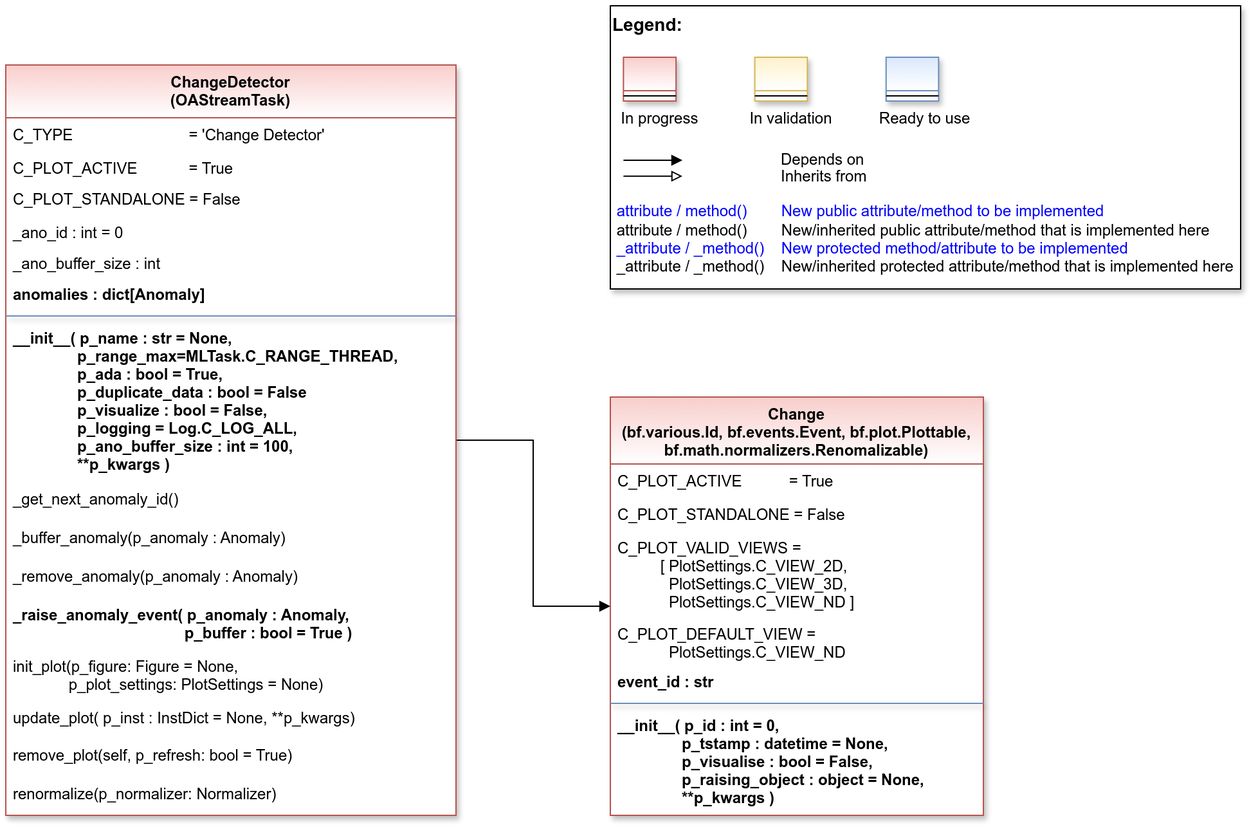
Earlier version of the draw.io export doc/rtd/content/99_appendices/appendix2/sub/mlpro_oa/streams/30_change_detection/images/MLPro-OA-Change-Detectors_class_diagram.drawio.png (fhswf/MLPro). Source tidied: cells renumbered, new cells last; positions are measured from the earlier drawing's top-left corner, leaving out a move shared by most shapes.
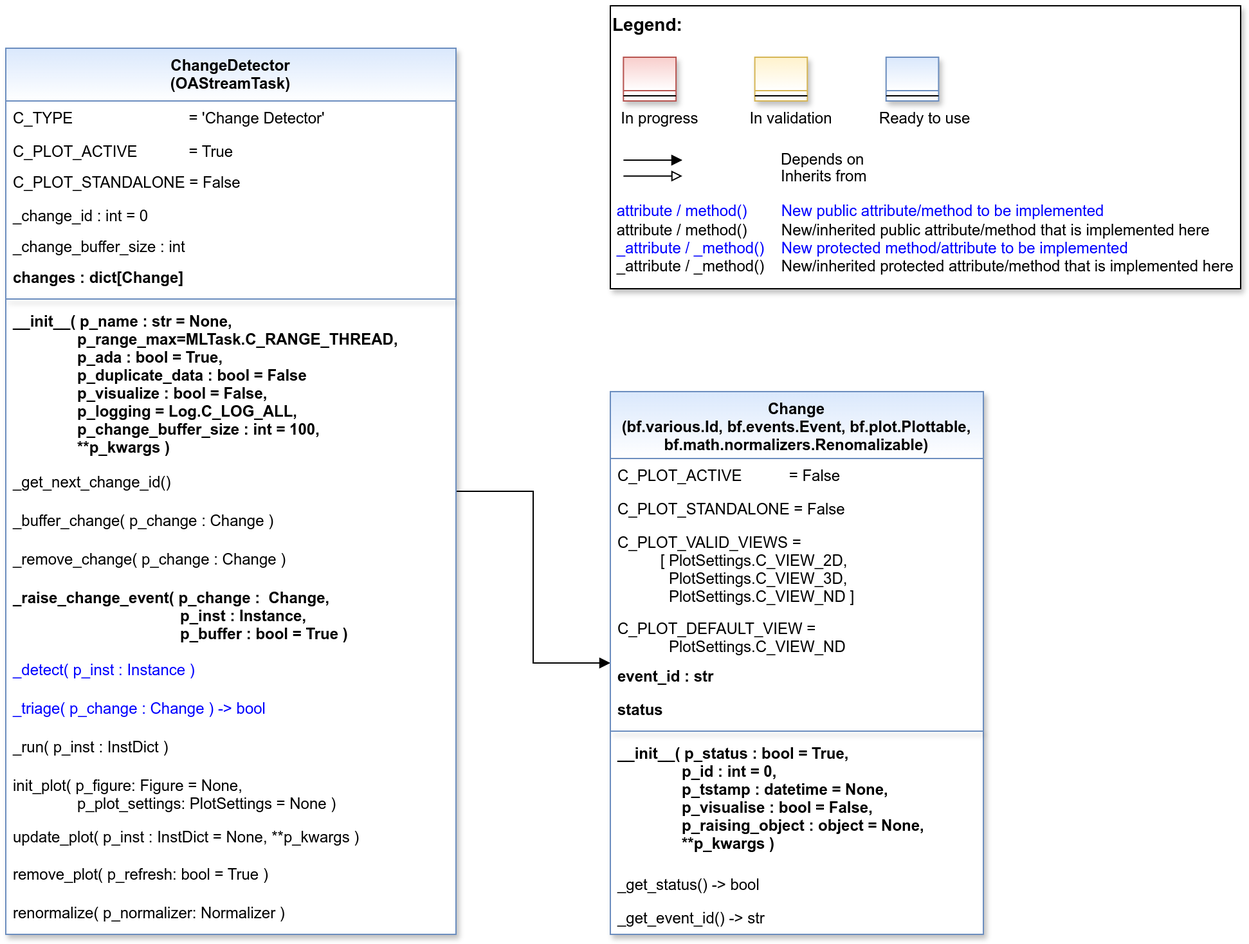
After the commit.

What changed in the source:
```diff
@@ -3,7 +3,7 @@
     <mxCell id="0" />
     <mxCell id="1" parent="0" />
     <mxCell id="2" style="group;" parent="1" vertex="1">
-      <mxGeometry x="470" width="490" height="220" as="geometry" />
+      <mxGeometry x="470" y="-60" width="490" height="220" as="geometry" />
     </mxCell>
     <mxCell id="3" value="&lt;font color=&quot;#000000&quot; size=&quot;1&quot;&gt;&lt;b style=&quot;font-size: 14px&quot;&gt;Legend:&lt;br&gt;&lt;/b&gt;&lt;/font&gt;&lt;br&gt;&lt;br&gt;&lt;br&gt;&lt;font color=&quot;#0000ff&quot; style=&quot;font-size: 6px&quot;&gt;&lt;br&gt;&lt;/font&gt;&lt;span style=&quot;color: rgb(0 , 0 , 0)&quot;&gt;&lt;font style=&quot;font-size: 4px&quot;&gt;&amp;nbsp; &amp;nbsp;&lt;/font&gt;&amp;nbsp;In progress&amp;nbsp; &amp;nbsp; &amp;nbsp; &amp;nbsp; &amp;nbsp; &amp;nbsp; In validation&amp;nbsp; &amp;nbsp; &amp;nbsp; &amp;nbsp; &amp;nbsp; &amp;nbsp;Ready to use&lt;/span&gt;&lt;font color=&quot;#000000&quot;&gt;&amp;nbsp;&lt;br&gt;&lt;/font&gt;&lt;font color=&quot;#0000ff&quot;&gt;&lt;br&gt;&lt;br&gt;&lt;br&gt;&lt;br&gt;&amp;nbsp;attribute / method()&amp;nbsp; &amp;nbsp; &amp;nbsp; &amp;nbsp; New public attribute/method to be implemented&lt;/font&gt;&lt;br&gt;&lt;font color=&quot;#000000&quot;&gt;&amp;nbsp;&lt;/font&gt;&lt;font color=&quot;#000000&quot;&gt;attribute / method()&lt;span&gt; &lt;/span&gt;&amp;nbsp; &amp;nbsp; &amp;nbsp; &amp;nbsp;New/inherited public attribute/method that is implemented here&lt;br&gt;&lt;/font&gt;&lt;font color=&quot;#0000ff&quot;&gt;&amp;nbsp;_attribute /&amp;nbsp;&lt;/font&gt;&lt;font color=&quot;#0000ff&quot;&gt;_method()&amp;nbsp; &amp;nbsp; New protected method/attribute to be implemented&lt;/font&gt;&lt;br&gt;&lt;font color=&quot;#000000&quot;&gt;&amp;nbsp;_attribute / _method()&amp;nbsp; &amp;nbsp; New/inherited protected attribute/method that is implemented here&lt;br&gt;&lt;/font&gt;&lt;font color=&quot;#000000&quot;&gt;&lt;br&gt;&lt;br&gt;&lt;br&gt;&lt;br&gt;&lt;br&gt;&lt;/font&gt;" style="text;html=1;align=left;verticalAlign=top;whiteSpace=wrap;rounded=0;fontColor=#006600;strokeColor=#000000;shadow=1;fillColor=#ffffff;" parent="2" vertex="1">
       <mxGeometry width="490" height="220" as="geometry" />
@@ -43,11 +43,11 @@
     <mxCell id="11" style="line;html=1;strokeWidth=1;align=left;verticalAlign=middle;spacingTop=-1;spacingLeft=3;spacingRight=3;labelPosition=right;" parent="10" vertex="1">
       <mxGeometry y="26" width="40.8" height="8" as="geometry" />
     </mxCell>
-    <mxCell id="12" style="edgeStyle=orthogonalEdgeStyle;rounded=0;jettySize=auto;html=1;endArrow=block;endFill=1;" parent="1" edge="1" source="13" target="30">
+    <mxCell id="12" style="edgeStyle=orthogonalEdgeStyle;rounded=0;jettySize=auto;html=1;endArrow=block;endFill=1;" parent="1" edge="1" source="13" target="33">
       <mxGeometry relative="1" as="geometry" />
     </mxCell>
-    <mxCell id="13" value="ChangeDetector&#10;(OAStreamTask)" style="swimlane;align=center;verticalAlign=top;horizontal=1;startSize=41;rounded=0;shadow=1;strokeWidth=1;fillColor=#f8cecc;strokeColor=#b85450;swimlaneFillColor=#ffffff;gradientColor=#FFFFFF;" parent="1" vertex="1">
-      <mxGeometry y="46" width="350" height="583" as="geometry" />
+    <mxCell id="13" value="ChangeDetector&#10;(OAStreamTask)" style="swimlane;align=center;verticalAlign=top;horizontal=1;startSize=41;rounded=0;shadow=1;strokeWidth=1;fillColor=#dae8fc;strokeColor=#6c8ebf;swimlaneFillColor=#ffffff;gradientColor=#FFFFFF;" parent="1" vertex="1">
+      <mxGeometry y="-27" width="350" height="689" as="geometry" />
     </mxCell>
     <mxCell id="14" value="C_TYPE                           = 'Change Detector'" style="text;align=left;verticalAlign=top;spacingLeft=4;spacingRight=4;overflow=hidden;fontStyle=0;fontColor=default;" parent="13" vertex="1">
       <mxGeometry y="41" width="350" height="26" as="geometry" />
@@ -58,68 +58,86 @@
     <mxCell id="16" value="C_PLOT_STANDALONE = False" style="text;align=left;verticalAlign=top;spacingLeft=4;spacingRight=4;overflow=hidden;" parent="13" vertex="1">
       <mxGeometry y="91" width="350" height="26" as="geometry" />
     </mxCell>
-    <mxCell id="17" value="_ano_id : int = 0" style="text;align=left;verticalAlign=top;spacingLeft=4;spacingRight=4;overflow=hidden;" parent="13" vertex="1">
+    <mxCell id="17" value="_change_id : int = 0" style="text;align=left;verticalAlign=top;spacingLeft=4;spacingRight=4;overflow=hidden;" parent="13" vertex="1">
       <mxGeometry y="117" width="350" height="24" as="geometry" />
     </mxCell>
-    <mxCell id="18" value="_ano_buffer_size : int" style="text;align=left;verticalAlign=top;spacingLeft=4;spacingRight=4;overflow=hidden;" parent="13" vertex="1">
+    <mxCell id="18" value="_change_buffer_size : int" style="text;align=left;verticalAlign=top;spacingLeft=4;spacingRight=4;overflow=hidden;" parent="13" vertex="1">
       <mxGeometry y="141" width="350" height="24" as="geometry" />
     </mxCell>
-    <mxCell id="19" value="anomalies : dict[Anomaly]" style="text;align=left;verticalAlign=top;spacingLeft=4;spacingRight=4;overflow=hidden;fontStyle=1;" parent="13" vertex="1">
+    <mxCell id="19" value="changes : dict[Change]" style="text;align=left;verticalAlign=top;spacingLeft=4;spacingRight=4;overflow=hidden;fontStyle=1;" parent="13" vertex="1">
       <mxGeometry y="165" width="350" height="26" as="geometry" />
     </mxCell>
     <mxCell id="20" style="line;html=1;strokeWidth=1;align=center;verticalAlign=top;spacingTop=-1;spacingLeft=3;spacingRight=3;labelPosition=right;rounded=0;shadow=1;strokeColor=#6c8ebf;swimlaneFillColor=#ffffff;fontFamily=Helvetica;fontSize=12;fontColor=default;fontStyle=3;fillColor=#dae8fc;gradientColor=#ffffff;" parent="13" vertex="1">
       <mxGeometry y="191" width="350" height="8" as="geometry" />
     </mxCell>
-    <mxCell id="21" value="__init__( p_name : str = None,&#10;               p_range_max=MLTask.C_RANGE_THREAD,&#10;               p_ada : bool = True,&#10;               p_duplicate_data : bool = False&#10;               p_visualize : bool = False,&#10;               p_logging = Log.C_LOG_ALL,&#10;               p_ano_buffer_size : int = 100,&#10;               **p_kwargs )" style="text;align=left;verticalAlign=top;spacingLeft=4;spacingRight=4;overflow=hidden;fontStyle=1;" parent="13" vertex="1">
+    <mxCell id="21" value="__init__( p_name : str = None,&#10;               p_range_max=MLTask.C_RANGE_THREAD,&#10;               p_ada : bool = True,&#10;               p_duplicate_data : bool = False&#10;               p_visualize : bool = False,&#10;               p_logging = Log.C_LOG_ALL,&#10;               p_change_buffer_size : int = 100,&#10;               **p_kwargs )" style="text;align=left;verticalAlign=top;spacingLeft=4;spacingRight=4;overflow=hidden;fontStyle=1;" parent="13" vertex="1">
       <mxGeometry y="199" width="350" height="125" as="geometry" />
     </mxCell>
-    <mxCell id="22" value="_get_next_anomaly_id()" style="text;align=left;verticalAlign=top;spacingLeft=4;spacingRight=4;overflow=hidden;shadow=1;" parent="13" vertex="1">
+    <mxCell id="22" value="_get_next_change_id()" style="text;align=left;verticalAlign=top;spacingLeft=4;spacingRight=4;overflow=hidden;shadow=1;" parent="13" vertex="1">
       <mxGeometry y="324" width="350" height="30" as="geometry" />
     </mxCell>
-    <mxCell id="23" value="_buffer_anomaly(p_anomaly : Anomaly)" style="text;align=left;verticalAlign=top;spacingLeft=4;spacingRight=4;overflow=hidden;shadow=1;" parent="13" vertex="1">
+    <mxCell id="23" value="_buffer_change( p_change : Change )" style="text;align=left;verticalAlign=top;spacingLeft=4;spacingRight=4;overflow=hidden;shadow=1;" parent="13" vertex="1">
       <mxGeometry y="354" width="350" height="30" as="geometry" />
     </mxCell>
-    <mxCell id="24" value="_remove_anomaly(p_anomaly : Anomaly)" style="text;align=left;verticalAlign=top;spacingLeft=4;spacingRight=4;overflow=hidden;shadow=1;" parent="13" vertex="1">
+    <mxCell id="24" value="_remove_change( p_change : Change )" style="text;align=left;verticalAlign=top;spacingLeft=4;spacingRight=4;overflow=hidden;shadow=1;" parent="13" vertex="1">
       <mxGeometry y="384" width="350" height="30" as="geometry" />
     </mxCell>
-    <mxCell id="25" value="_raise_anomaly_event( p_anomaly : Anomaly, &#10;                                        p_buffer : bool = True )" style="text;align=left;verticalAlign=top;spacingLeft=4;spacingRight=4;overflow=hidden;shadow=1;fontStyle=1;" parent="13" vertex="1">
-      <mxGeometry y="414" width="350" height="40" as="geometry" />
+    <mxCell id="25" value="_raise_change_event( p_change :  Change, &#10;                                       p_inst : Instance,&#10;                                       p_buffer : bool = True )" style="text;align=left;verticalAlign=top;spacingLeft=4;spacingRight=4;overflow=hidden;shadow=1;fontStyle=1;" parent="13" vertex="1">
+      <mxGeometry y="414" width="350" height="56" as="geometry" />
     </mxCell>
-    <mxCell id="26" value="init_plot(p_figure: Figure = None,&#10;             p_plot_settings: PlotSettings = None)" style="text;align=left;verticalAlign=top;spacingLeft=4;spacingRight=4;overflow=hidden;shadow=1;fontStyle=0;" parent="13" vertex="1">
-      <mxGeometry y="454" width="350" height="40" as="geometry" />
+    <mxCell id="26" value="_detect( p_inst : Instance )" style="text;align=left;verticalAlign=top;spacingLeft=4;spacingRight=4;overflow=hidden;shadow=1;fontColor=#0000FF;" parent="13" vertex="1">
+      <mxGeometry y="470" width="350" height="30" as="geometry" />
     </mxCell>
-    <mxCell id="27" value="update_plot( p_inst : InstDict = None, **p_kwargs)" style="text;align=left;verticalAlign=top;spacingLeft=4;spacingRight=4;overflow=hidden;shadow=1;fontStyle=0;" parent="13" vertex="1">
-      <mxGeometry y="494" width="350" height="29" as="geometry" />
+    <mxCell id="27" value="_triage( p_change : Change ) -&gt; bool" style="text;align=left;verticalAlign=top;spacingLeft=4;spacingRight=4;overflow=hidden;shadow=1;fontColor=#0000FF;" parent="13" vertex="1">
+      <mxGeometry y="500" width="350" height="30" as="geometry" />
     </mxCell>
-    <mxCell id="28" value="remove_plot(self, p_refresh: bool = True)" style="text;align=left;verticalAlign=top;spacingLeft=4;spacingRight=4;overflow=hidden;shadow=1;fontStyle=0;" parent="13" vertex="1">
-      <mxGeometry y="523" width="350" height="30" as="geometry" />
+    <mxCell id="28" value="_run( p_inst : InstDict )" style="text;align=left;verticalAlign=top;spacingLeft=4;spacingRight=4;overflow=hidden;shadow=1;" parent="13" vertex="1">
+      <mxGeometry y="530" width="350" height="30" as="geometry" />
     </mxCell>
-    <mxCell id="29" value="renormalize(p_normalizer: Normalizer) " style="text;align=left;verticalAlign=top;spacingLeft=4;spacingRight=4;overflow=hidden;shadow=1;fontStyle=0;" parent="13" vertex="1">
-      <mxGeometry y="553" width="350" height="30" as="geometry" />
+    <mxCell id="29" value="init_plot( p_figure: Figure = None,&#10;               p_plot_settings: PlotSettings = None )" style="text;align=left;verticalAlign=top;spacingLeft=4;spacingRight=4;overflow=hidden;shadow=1;fontStyle=0;" parent="13" vertex="1">
+      <mxGeometry y="560" width="350" height="40" as="geometry" />
     </mxCell>
-    <mxCell id="30" value="Change&#10;(bf.various.Id, bf.events.Event, bf.plot.Plottable,&#10;bf.math.normalizers.Renomalizable)" style="swimlane;fontStyle=1;align=center;verticalAlign=top;horizontal=1;startSize=52;rounded=0;shadow=1;strokeWidth=1;fillColor=#f8cecc;strokeColor=#b85450;swimlaneFillColor=#ffffff;fontFamily=Helvetica;fontSize=12;gradientColor=#FFFFFF;" parent="1" vertex="1">
-      <mxGeometry x="470" y="304" width="290" height="325" as="geometry" />
+    <mxCell id="30" value="update_plot( p_inst : InstDict = None, **p_kwargs )" style="text;align=left;verticalAlign=top;spacingLeft=4;spacingRight=4;overflow=hidden;points=[[0,0.5],[1,0.5]];portConstraint=eastwest;shadow=1;fontStyle=0;" parent="13" vertex="1">
+      <mxGeometry y="600" width="350" height="29" as="geometry" />
     </mxCell>
-    <mxCell id="31" value="C_PLOT_ACTIVE           = True" style="text;align=left;verticalAlign=top;spacingLeft=4;spacingRight=4;overflow=hidden;" parent="30" vertex="1">
-      <mxGeometry y="52" width="290" height="26" as="geometry" />
+    <mxCell id="31" value="remove_plot( p_refresh: bool = True )" style="text;align=left;verticalAlign=top;spacingLeft=4;spacingRight=4;overflow=hidden;shadow=1;fontStyle=0;" parent="13" vertex="1">
+      <mxGeometry y="629" width="350" height="30" as="geometry" />
     </mxCell>
-    <mxCell id="32" value="C_PLOT_STANDALONE = False" style="text;align=left;verticalAlign=top;spacingLeft=4;spacingRight=4;overflow=hidden;" parent="30" vertex="1">
-      <mxGeometry y="78" width="290" height="26" as="geometry" />
+    <mxCell id="32" value="renormalize( p_normalizer: Normalizer ) " style="text;align=left;verticalAlign=top;spacingLeft=4;spacingRight=4;overflow=hidden;shadow=1;fontStyle=0;" parent="13" vertex="1">
+      <mxGeometry y="659" width="350" height="30" as="geometry" />
     </mxCell>
-    <mxCell id="33" value="C_PLOT_VALID_VIEWS = &#10;          [ PlotSettings.C_VIEW_2D, &#10;            PlotSettings.C_VIEW_3D, &#10;            PlotSettings.C_VIEW_ND ]" style="text;align=left;verticalAlign=top;spacingLeft=4;spacingRight=4;overflow=hidden;points=[[0,0.5],[1,0.5]];portConstraint=eastwest;" parent="30" vertex="1">
-      <mxGeometry y="104" width="290" height="67" as="geometry" />
+    <mxCell id="33" value="Change&#10;(bf.various.Id, bf.events.Event, bf.plot.Plottable,&#10;bf.math.normalizers.Renomalizable)" style="swimlane;fontStyle=1;align=center;verticalAlign=top;horizontal=1;startSize=52;rounded=0;shadow=1;strokeWidth=1;fillColor=#dae8fc;strokeColor=#6c8ebf;swimlaneFillColor=#ffffff;fontFamily=Helvetica;fontSize=12;gradientColor=#FFFFFF;" parent="1" vertex="1">
+      <mxGeometry x="470" y="240" width="290" height="422" as="geometry" />
     </mxCell>
-    <mxCell id="34" value="C_PLOT_DEFAULT_VIEW = &#10;            PlotSettings.C_VIEW_ND" style="text;align=left;verticalAlign=top;spacingLeft=4;spacingRight=4;overflow=hidden;" parent="30" vertex="1">
-      <mxGeometry y="171" width="290" height="37" as="geometry" />
+    <mxCell id="34" value="C_PLOT_ACTIVE           = False" style="text;align=left;verticalAlign=top;spacingLeft=4;spacingRight=4;overflow=hidden;" parent="33" vertex="1">
+      <mxGeometry y="52" width="290" height="26" as="geometry" />
     </mxCell>
-    <mxCell id="35" value="event_id : str" style="text;align=left;verticalAlign=top;spacingLeft=4;spacingRight=4;overflow=hidden;fontStyle=1;" parent="30" vertex="1">
-      <mxGeometry y="208" width="290" height="26" as="geometry" />
+    <mxCell id="35" value="C_PLOT_STANDALONE = False" style="text;align=left;verticalAlign=top;spacingLeft=4;spacingRight=4;overflow=hidden;" parent="33" vertex="1">
+      <mxGeometry y="78" width="290" height="26" as="geometry" />
     </mxCell>
-    <mxCell id="36" style="line;html=1;strokeWidth=1;align=center;verticalAlign=top;spacingTop=-1;spacingLeft=3;spacingRight=3;labelPosition=right;rounded=0;shadow=1;strokeColor=#6c8ebf;swimlaneFillColor=#ffffff;fontFamily=Helvetica;fontSize=12;fontColor=default;fontStyle=1;fillColor=#dae8fc;gradientColor=#ffffff;" parent="30" vertex="1">
-      <mxGeometry y="234" width="290" height="8" as="geometry" />
+    <mxCell id="36" value="C_PLOT_VALID_VIEWS = &#10;          [ PlotSettings.C_VIEW_2D, &#10;            PlotSettings.C_VIEW_3D, &#10;            PlotSettings.C_VIEW_ND ]" style="text;align=left;verticalAlign=top;spacingLeft=4;spacingRight=4;overflow=hidden;" parent="33" vertex="1">
+      <mxGeometry y="104" width="290" height="67" as="geometry" />
     </mxCell>
-    <mxCell id="37" value="__init__( p_id : int = 0,&#10;               p_tstamp : datetime = None,&#10;               p_visualise : bool = False,&#10;               p_raising_object : object = None,&#10;               **p_kwargs )" style="text;align=left;verticalAlign=top;spacingLeft=4;spacingRight=4;overflow=hidden;fontStyle=1;" parent="30" vertex="1">
-      <mxGeometry y="242" width="290" height="82" as="geometry" />
+    <mxCell id="37" value="C_PLOT_DEFAULT_VIEW = &#10;            PlotSettings.C_VIEW_ND" style="text;align=left;verticalAlign=top;spacingLeft=4;spacingRight=4;overflow=hidden;" parent="33" vertex="1">
+      <mxGeometry y="171" width="290" height="37" as="geometry" />
     </mxCell>
+    <mxCell id="38" value="event_id : str" style="text;align=left;verticalAlign=top;spacingLeft=4;spacingRight=4;overflow=hidden;fontStyle=1;" parent="33" vertex="1">
+      <mxGeometry y="208" width="290" height="26" as="geometry" />
+    </mxCell>
+    <mxCell id="39" value="status" style="text;align=left;verticalAlign=top;spacingLeft=4;spacingRight=4;overflow=hidden;fontStyle=1;" parent="33" vertex="1">
+      <mxGeometry y="234" width="290" height="26" as="geometry" />
+    </mxCell>
+    <mxCell id="40" style="line;html=1;strokeWidth=1;align=center;verticalAlign=top;spacingTop=-1;spacingLeft=3;spacingRight=3;labelPosition=right;rounded=0;shadow=1;strokeColor=#6c8ebf;swimlaneFillColor=#ffffff;fontFamily=Helvetica;fontSize=12;fontColor=default;fontStyle=1;fillColor=#dae8fc;gradientColor=#ffffff;" parent="33" vertex="1">
+      <mxGeometry y="260" width="290" height="8" as="geometry" />
+    </mxCell>
+    <mxCell id="41" value="__init__( p_status : bool = True,&#10;               p_id : int = 0,&#10;               p_tstamp : datetime = None,&#10;               p_visualise : bool = False,&#10;               p_raising_object : object = None,&#10;               **p_kwargs )" style="text;align=left;verticalAlign=top;spacingLeft=4;spacingRight=4;overflow=hidden;fontStyle=1;" parent="33" vertex="1">
+      <mxGeometry y="268" width="290" height="102" as="geometry" />
+    </mxCell>
+    <mxCell id="42" value="_get_status() -&gt; bool" style="text;align=left;verticalAlign=top;spacingLeft=4;spacingRight=4;overflow=hidden;fontStyle=0;" parent="33" vertex="1">
+      <mxGeometry y="370" width="290" height="26" as="geometry" />
+    </mxCell>
+    <mxCell id="43" value="_get_event_id() -&gt; str" style="text;align=left;verticalAlign=top;spacingLeft=4;spacingRight=4;overflow=hidden;fontStyle=0;" parent="33" vertex="1">
+      <mxGeometry y="396" width="290" height="26" as="geometry" />
+    </mxCell>
   </root>
 </mxGraphModel>
```
